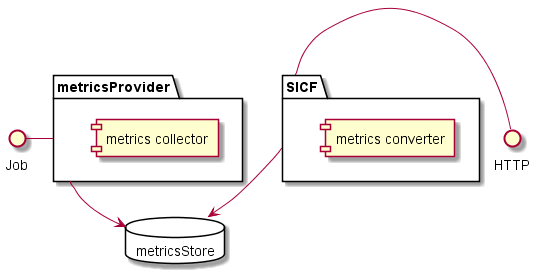
This is out/architecture/architecture_component/component_diagram.png from abap-observability-tools/abap-metrics-provider, a PlantUML export, as it was before one commit. Source of this version:
```plantuml
@startuml component_diagram

Job - metricsProvider
HTTP - SICF
metricsProvider --> metricsStore
SICF --> metricsStore
package "metricsProvider" {
  [metrics collector]
}

package "SICF" {
  [metrics converter]
}

database "metricsStore" {

}
@enduml
```
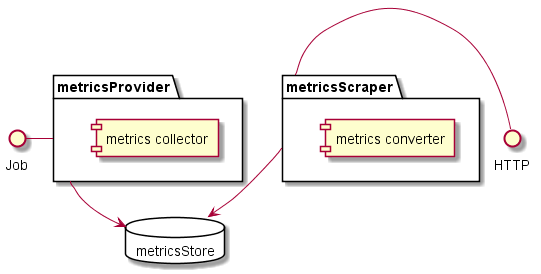
The same diagram one commit later.

Commit message:
uml metricsScraper

The edit, as a diff of the source:
```diff
@@ -1,14 +1,14 @@
 @startuml component_diagram
 
 Job - metricsProvider
-HTTP - SICF
+HTTP - metricsScraper
 metricsProvider --> metricsStore
-SICF --> metricsStore
+metricsScraper --> metricsStore
 package "metricsProvider" {
   [metrics collector]
 }
 
-package "SICF" {
+package "metricsScraper" {
   [metrics converter]
 }
 
```
